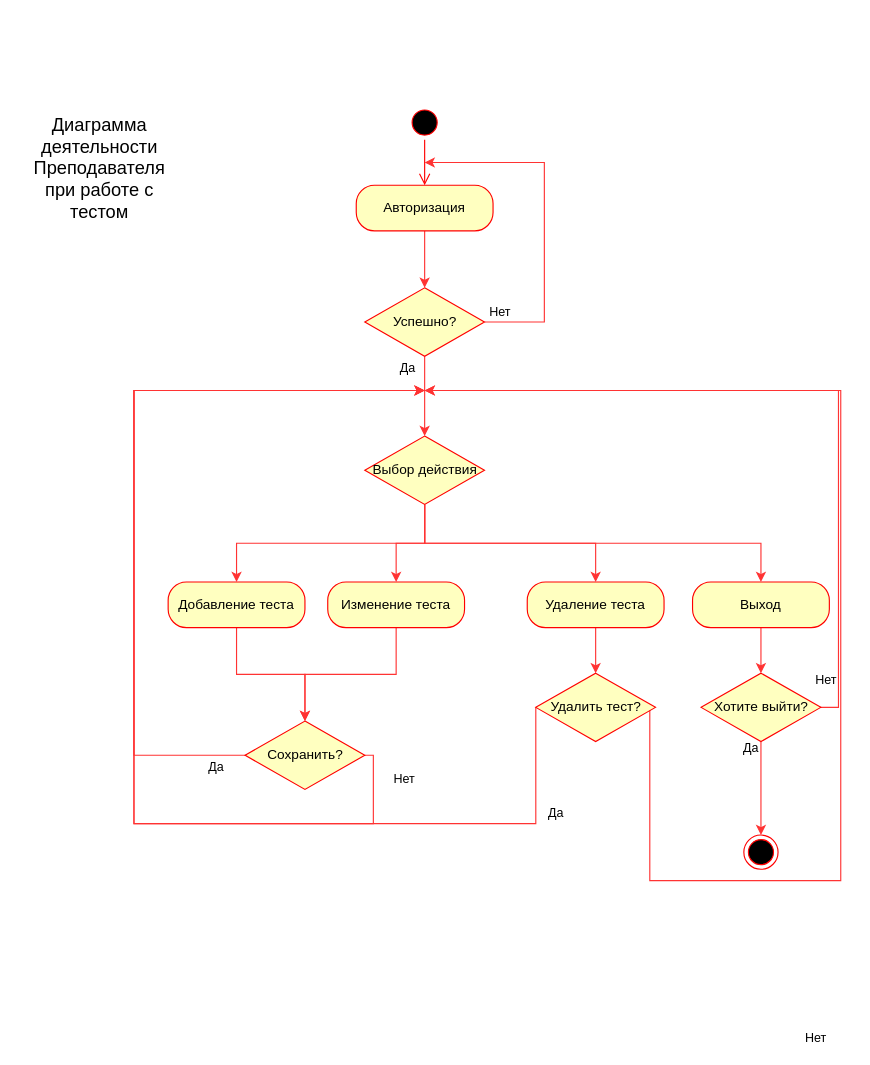
The draw.io diagram page "Activity Teacher - Test" (13 of 14) of UML.drawio in FaridunSalimzoda/myvkr, before the edit. Source tidied: cells renumbered, new cells numbered last; positions are measured from the earlier drawing's top-left corner, leaving out a move shared by most shapes. Both pictures are drawn from the tidied source at 114%, with x=0, y=0 at pixel (19, 105).
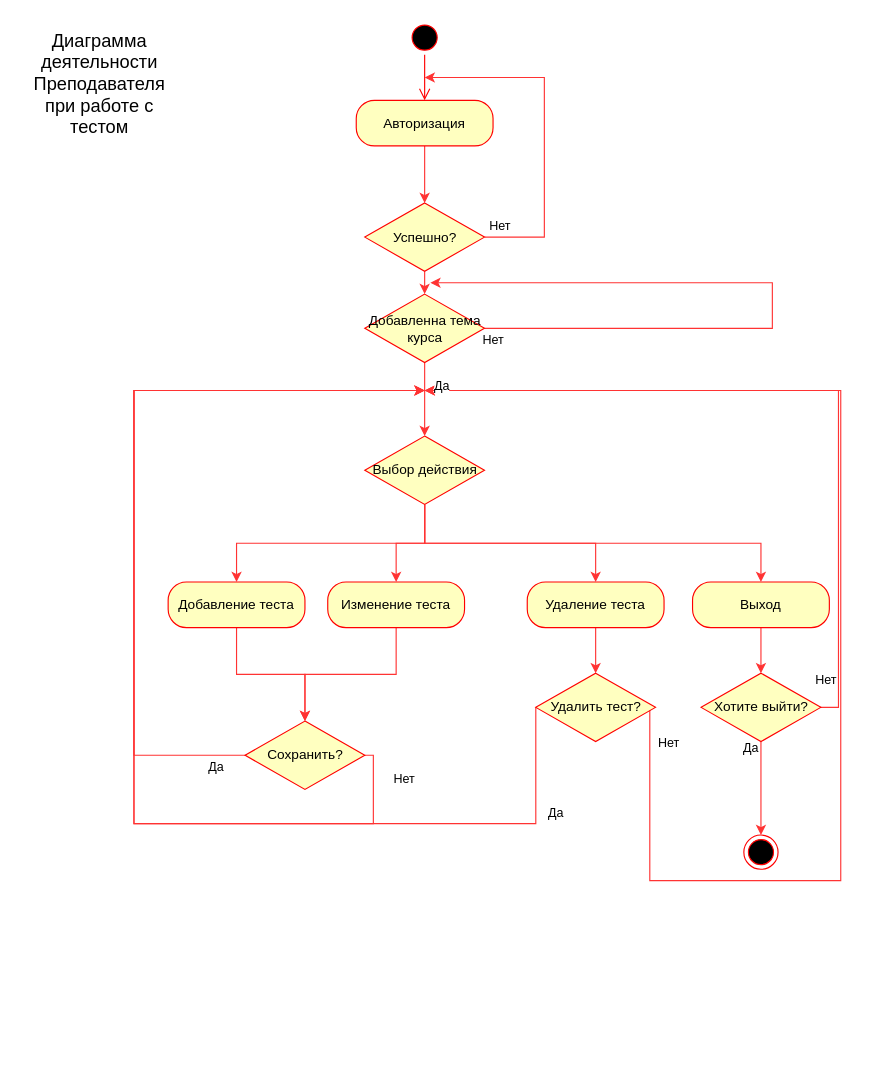
The same page after the edit.

The change refers to these unchanged cells:
```xml
<mxCell id="25" style="edgeStyle=orthogonalEdgeStyle;rounded=0;orthogonalLoop=1;jettySize=auto;html=1;exitX=1;exitY=0.5;exitDx=0;exitDy=0;strokeColor=#FF3333;" parent="1" edge="1">
  <mxGeometry relative="1" as="geometry">
    <mxPoint x="552.5" y="528" as="sourcePoint" />
    <mxPoint x="355" y="250" as="targetPoint" />
    <Array as="points">
      <mxPoint x="553" y="680" />
      <mxPoint x="720" y="680" />
      <mxPoint x="720" y="250" />
    </Array>
  </mxGeometry>
</mxCell>
<mxCell id="38" value="Выбор действия" style="rhombus;whiteSpace=wrap;html=1;fillColor=#ffffc0;strokeColor=#ff0000;" parent="1" vertex="1">
  <mxGeometry x="302.5" y="290" width="105" height="60" as="geometry" />
</mxCell>
```

The edit, as a diff of the source:
```diff
@@
     <mxCell id="2" style="ellipse;html=1;shape=startState;fillColor=#000000;strokeColor=#ff0000;" parent="1" vertex="1">
-      <mxGeometry x="340" width="30" height="30" as="geometry" />
+      <mxGeometry x="340" y="-74.5" width="30" height="30" as="geometry" />
     </mxCell>
@@
     <mxCell id="5" value="Авторизация" style="rounded=1;whiteSpace=wrap;html=1;arcSize=40;fontColor=#000000;fillColor=#ffffc0;strokeColor=#ff0000;" parent="1" vertex="1">
-      <mxGeometry x="295" y="70" width="120" height="40" as="geometry" />
+      <mxGeometry x="295" y="-4.5" width="120" height="40" as="geometry" />
     </mxCell>
     <mxCell id="6" style="edgeStyle=orthogonalEdgeStyle;rounded=0;jettySize=auto;html=1;exitX=1;exitY=0.5;exitDx=0;exitDy=0;strokeColor=#FF3333;" parent="1" edge="1" source="9">
       <mxGeometry relative="1" as="geometry">
-        <mxPoint x="355" y="50" as="targetPoint" />
+        <mxPoint x="355" y="-24.5" as="targetPoint" />
         <Array as="points">
-          <mxPoint x="460" y="190" />
-          <mxPoint x="460" y="50" />
-          <mxPoint x="415" y="50" />
+          <mxPoint x="460" y="115.5" />
+          <mxPoint x="460" y="-24.5" />
+          <mxPoint x="415" y="-24.5" />
         </Array>
       </mxGeometry>
     </mxCell>
@@
-    <mxCell id="8" value="Да" style="edgeStyle=orthogonalEdgeStyle;rounded=0;jettySize=auto;html=1;exitX=0.5;exitY=1;exitDx=0;exitDy=0;strokeColor=#FF3333;entryX=0.5;entryY=0;entryDx=0;entryDy=0;" parent="1" edge="1" source="9">
-      <mxGeometry x="-0.71" y="-15" relative="1" as="geometry">
-        <mxPoint x="355" y="290" as="targetPoint" />
-      </mxGeometry>
-    </mxCell>
+    <mxCell id="39" style="edgeStyle=orthogonalEdgeStyle;rounded=0;jettySize=auto;html=1;exitX=0.5;exitY=1;exitDx=0;exitDy=0;entryX=0.5;entryY=0;entryDx=0;entryDy=0;strokeColor=#FF3333;" parent="1" edge="1" source="9" target="42">
+      <mxGeometry relative="1" as="geometry" />
+    </mxCell>
     <mxCell id="9" value="Успешно?" style="rhombus;whiteSpace=wrap;html=1;fillColor=#ffffc0;strokeColor=#ff0000;" parent="1" vertex="1">
-      <mxGeometry x="302.5" y="160" width="105" height="60" as="geometry" />
+      <mxGeometry x="302.5" y="85.5" width="105" height="60" as="geometry" />
     </mxCell>
     <mxCell id="10" value="&lt;font style=&quot;font-size: 16px&quot;&gt;Диаграмма деятельности Преподавателя&lt;br&gt;при работе с тестом&lt;br&gt;&lt;/font&gt;" style="text;html=1;strokeColor=none;fillColor=none;align=center;verticalAlign=middle;whiteSpace=wrap;rounded=0;" parent="1" vertex="1">
-      <mxGeometry y="10" width="140" height="90" as="geometry" />
+      <mxGeometry y="-64.5" width="140" height="90" as="geometry" />
     </mxCell>
@@
     <mxCell id="26" value="Нет" style="edgeLabel;html=1;align=center;verticalAlign=middle;" parent="25" vertex="1">
       <mxGeometry x="-0.44" y="-2" relative="1" as="geometry">
-        <mxPoint x="-15" y="135" as="offset" />
+        <mxPoint x="-144" y="-124" as="offset" />
       </mxGeometry>
     </mxCell>
@@
+    <mxCell id="8" value="Да" style="edgeStyle=orthogonalEdgeStyle;rounded=0;jettySize=auto;html=1;exitX=0.5;exitY=1;exitDx=0;exitDy=0;strokeColor=#FF3333;" parent="1" edge="1" source="42" target="38">
+      <mxGeometry x="-0.38" y="15" relative="1" as="geometry" />
+    </mxCell>
+    <mxCell id="40" style="edgeStyle=orthogonalEdgeStyle;rounded=0;jettySize=auto;html=1;exitX=1;exitY=0.5;exitDx=0;exitDy=0;strokeColor=#FF3333;" parent="1" edge="1" source="42">
+      <mxGeometry relative="1" as="geometry">
+        <mxPoint x="360" y="155.5" as="targetPoint" />
+        <Array as="points">
+          <mxPoint x="660" y="195.5" />
+          <mxPoint x="660" y="155.5" />
+        </Array>
+      </mxGeometry>
+    </mxCell>
+    <mxCell id="41" value="Нет" style="edgeLabel;html=1;align=center;verticalAlign=middle;" parent="40" vertex="1">
+      <mxGeometry x="-0.96" y="1" relative="1" as="geometry">
+        <mxPoint x="-5" y="11" as="offset" />
+      </mxGeometry>
+    </mxCell>
+    <mxCell id="42" value="Добавленна тема курса" style="rhombus;whiteSpace=wrap;html=1;fillColor=#ffffc0;strokeColor=#ff0000;" parent="1" vertex="1">
+      <mxGeometry x="302.5" y="165.5" width="105" height="60" as="geometry" />
+    </mxCell>
```
